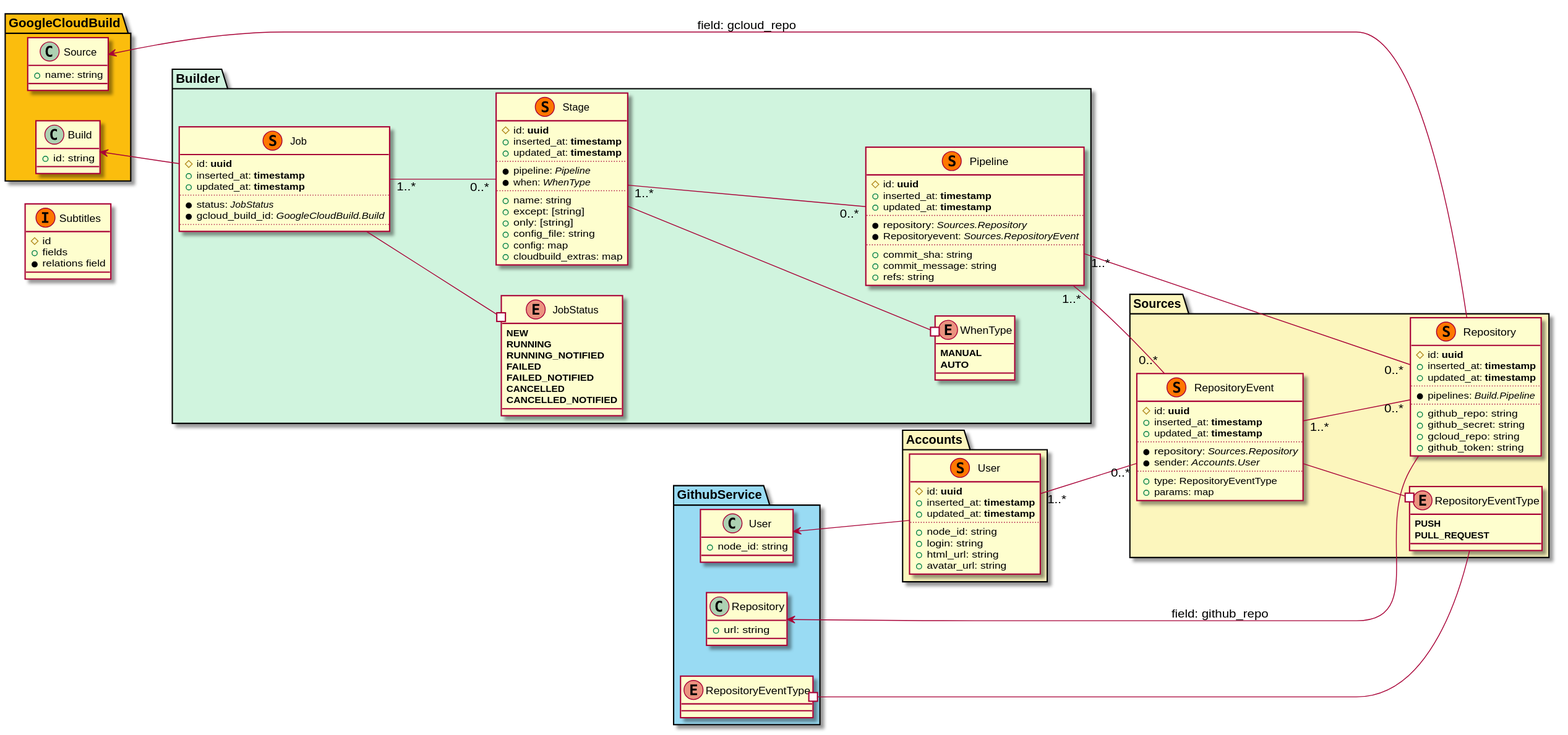
The PlantUML diagram docs/schemas.svg in parafuzo/ohno, before a commit. Source of this version:
```plantuml
@startuml
left to right direction

class Subtitles << (I,#FF7700) >> {
  #id
  +fields
  *relations field
}

namespace Accounts #FCF6BD {
  class User << (S,#FF7700) >> {
    #id: <b>uuid</b>
    +inserted_at: <b>timestamp</b>
    +updated_at: <b>timestamp</b>
    ..
    +node_id: string
    +login: string
    +html_url: string
    +avatar_url: string
  }

  User "1..*" -- "0..*" Sources.RepositoryEvent
}

namespace Sources #FCF6BD {
  enum RepositoryEventType {
    <b>PUSH</b>
    <b>PULL_REQUEST</b>
  }

  class Repository << (S,#FF7700) >> {
    #id: <b>uuid</b>
    +inserted_at: <b>timestamp</b>
    +updated_at: <b>timestamp</b>
    ..
    *pipelines: <i>Build.Pipeline</i>
    ..
    +github_repo: string
    +github_secret: string
    +gcloud_repo: string
    +github_token: string
  }

  class RepositoryEvent << (S,#FF7700) >> {
    #id: <b>uuid</b>
    +inserted_at: <b>timestamp</b>
    +updated_at: <b>timestamp</b>
    ..
    *repository: <i>Sources.Repository</i>
    *sender: <i>Accounts.User</i>
    ..
    +type: RepositoryEventType
    +params: map
  }

  RepositoryEvent "1..*" -- "0..*" Repository
  RepositoryEvent --# RepositoryEventType
}


namespace Builder #D0F4DE {
  enum JobStatus {
    <b>NEW</b>
    <b>RUNNING</b>
    <b>RUNNING_NOTIFIED</b>
    <b>FAILED</b>
    <b>FAILED_NOTIFIED</b>
    <b>CANCELLED</b>
    <b>CANCELLED_NOTIFIED</b>
  }

  enum WhenType {
    <b>MANUAL</b>
    <b>AUTO</b>
  }

  class Pipeline << (S,#FF7700) >> {
    #id: <b>uuid</b>
    +inserted_at: <b>timestamp</b>
    +updated_at: <b>timestamp</b>
    ..
    *repository: <i>Sources.Repository</i>
    *Repositoryevent: <i>Sources.RepositoryEvent</i>
    ..
    +commit_sha: string
    +commit_message: string
    +refs: string
  }

  Pipeline "1..*" -- "0..*" Sources.Repository
  Pipeline "1..*" -- "0..*" Sources.RepositoryEvent

  class Stage << (S,#FF7700) >> {
    #id: <b>uuid</b>
    +inserted_at: <b>timestamp</b>
    +updated_at: <b>timestamp</b>
    ..
    *pipeline: <i>Pipeline</i>
    *when: <i>WhenType</i>
    ..
    +name: string
    +except: [string]
    +only: [string]
    +config_file: string
    +config: map
    +cloudbuild_extras: map
  }

  Stage "1..*" -- "0..*" Pipeline
  Stage --# WhenType

  class Job << (S,#FF7700) >> {
    #id: <b>uuid</b>
    +inserted_at: <b>timestamp</b>
    +updated_at: <b>timestamp</b>
    ..
    *status: <i>JobStatus</i>
    *gcloud_build_id: <i>GoogleCloudBuild.Build</i>
    ..
  }

  Job --# JobStatus
  Job "1..*" -- "0..*" Stage
}

namespace GoogleCloudBuild #FBBD0A {
  class Build {
    +id: string
  }

  class Source {
    +name: string
  }

  Build <-- Builder.Job
  Source <-- Sources.Repository : "field: gcloud_repo"
}

namespace GithubService #99DBF3 {
  class User {
    +node_id: string
  }

  class Repository {
    +url: string
  }

  enum RepositoryEventType {
  }

  User <-- Accounts.User
  Repository <-- Sources.Repository : "field: github_repo"
  RepositoryEventType #-- Sources.RepositoryEventType
}
@enduml
```
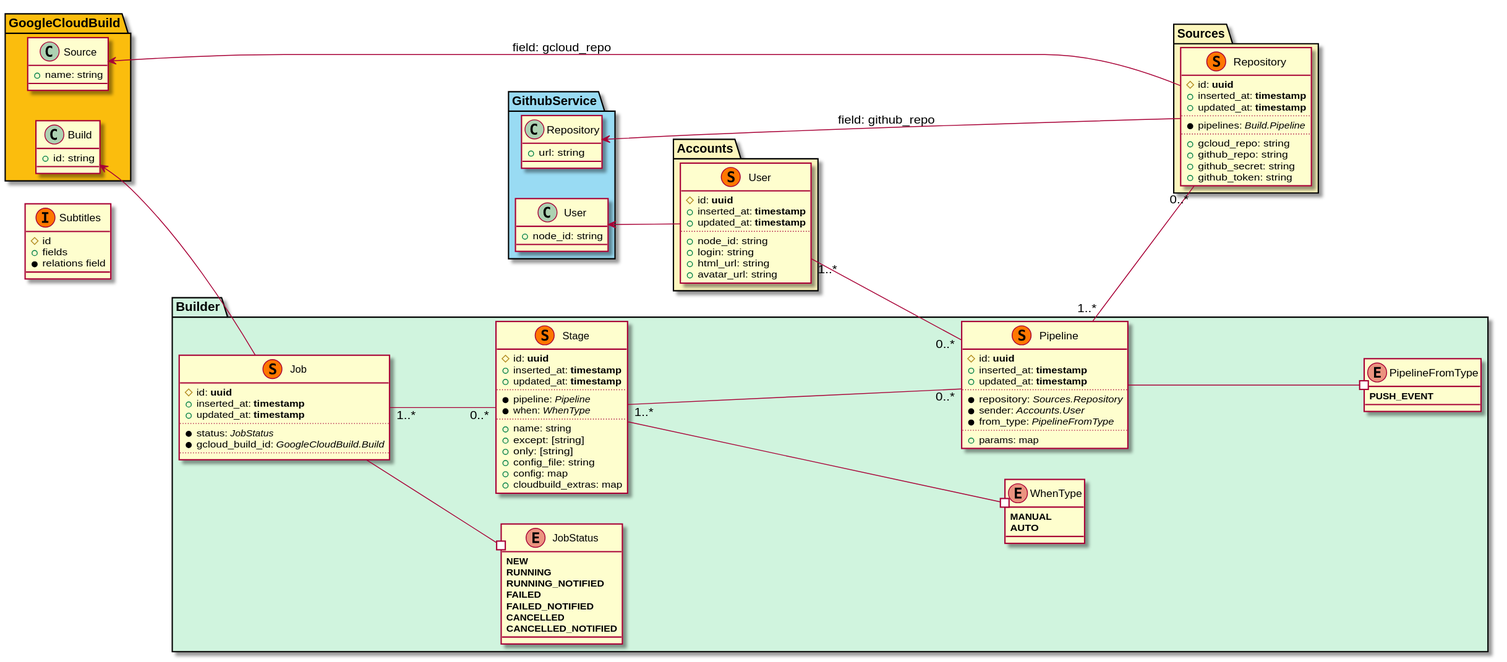
Later version of the same file.

The edit, as a diff of the source:
```diff
@@ -19,15 +19,10 @@
     +avatar_url: string
   }
 
-  User "1..*" -- "0..*" Sources.RepositoryEvent
+  User "1..*" -- "0..*" Builder.Pipeline
 }
 
 namespace Sources #FCF6BD {
-  enum RepositoryEventType {
-    <b>PUSH</b>
-    <b>PULL_REQUEST</b>
-  }
-
   class Repository << (S,#FF7700) >> {
     #id: <b>uuid</b>
     +inserted_at: <b>timestamp</b>
@@ -35,26 +30,11 @@
     ..
     *pipelines: <i>Build.Pipeline</i>
     ..
+    +gcloud_repo: string
     +github_repo: string
     +github_secret: string
-    +gcloud_repo: string
     +github_token: string
   }
-
-  class RepositoryEvent << (S,#FF7700) >> {
-    #id: <b>uuid</b>
-    +inserted_at: <b>timestamp</b>
-    +updated_at: <b>timestamp</b>
-    ..
-    *repository: <i>Sources.Repository</i>
-    *sender: <i>Accounts.User</i>
-    ..
-    +type: RepositoryEventType
-    +params: map
-  }
-
-  RepositoryEvent "1..*" -- "0..*" Repository
-  RepositoryEvent --# RepositoryEventType
 }
 
 
@@ -74,21 +54,24 @@
     <b>AUTO</b>
   }
 
+  enum PipelineFromType {
+    <b>PUSH_EVENT</b>
+  }
+
   class Pipeline << (S,#FF7700) >> {
     #id: <b>uuid</b>
     +inserted_at: <b>timestamp</b>
     +updated_at: <b>timestamp</b>
     ..
     *repository: <i>Sources.Repository</i>
-    *Repositoryevent: <i>Sources.RepositoryEvent</i>
+    *sender: <i>Accounts.User</i>
+    *from_type: <i>PipelineFromType</i>
     ..
-    +commit_sha: string
-    +commit_message: string
-    +refs: string
+    +params: map
   }
 
   Pipeline "1..*" -- "0..*" Sources.Repository
-  Pipeline "1..*" -- "0..*" Sources.RepositoryEvent
+  Pipeline --# PipelineFromType
 
   class Stage << (S,#FF7700) >> {
     #id: <b>uuid</b>
@@ -145,11 +128,7 @@
     +url: string
   }
 
-  enum RepositoryEventType {
-  }
-
   User <-- Accounts.User
   Repository <-- Sources.Repository : "field: github_repo"
-  RepositoryEventType #-- Sources.RepositoryEventType
 }
 @enduml
```
